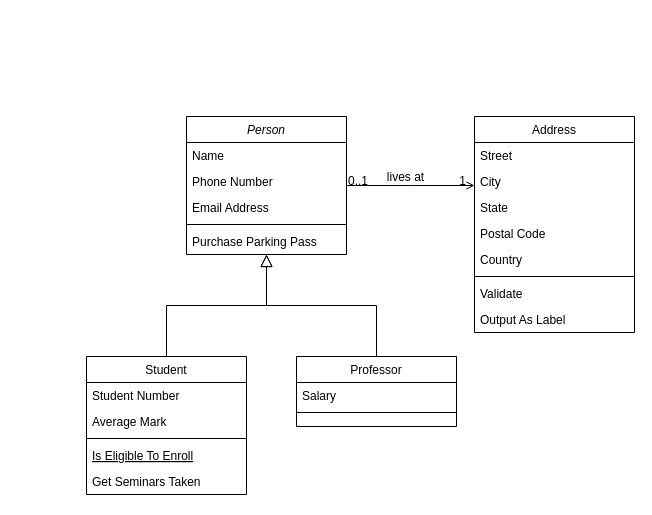
Earlier version of the draw.io diagram Design/Class_Diagram.drawio (astrrr/Right-posture). Source tidied: cells renumbered, new cells numbered last; positions are measured from the earlier drawing's top-left corner, leaving out a move shared by most shapes. Both pictures are drawn from the tidied source at 100%, with x=0, y=0 at pixel (86, 116).
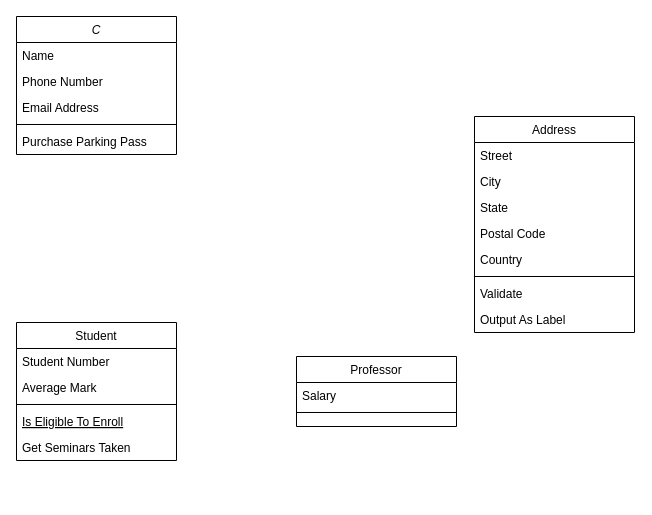
Above is the later version.

Unchanged cells that the change refers to:
```xml
<mxCell id="15" value="Professor" style="swimlane;fontStyle=0;align=center;verticalAlign=top;horizontal=1;startSize=26;rounded=0;shadow=0;strokeWidth=1;" parent="1" vertex="1">
  <mxGeometry x="210" y="240" width="160" height="70" as="geometry" />
</mxCell>
<mxCell id="19" value="Address" style="swimlane;fontStyle=0;align=center;verticalAlign=top;horizontal=1;startSize=26;rounded=0;shadow=0;strokeWidth=1;" parent="1" vertex="1">
  <mxGeometry x="388" width="160" height="216" as="geometry" />
</mxCell>
```

Diff of the diagram source:
```diff
@@
-    <mxCell id="2" value="Person" style="swimlane;fontStyle=2;align=center;verticalAlign=top;horizontal=1;startSize=26;rounded=0;shadow=0;strokeWidth=1;" parent="1" vertex="1">
-      <mxGeometry x="100" width="160" height="138" as="geometry" />
+    <mxCell id="2" value="C" style="swimlane;fontStyle=2;align=center;verticalAlign=top;horizontal=1;startSize=26;rounded=0;shadow=0;strokeWidth=1;" parent="1" vertex="1">
+      <mxGeometry x="-70" y="-100" width="160" height="138" as="geometry" />
     </mxCell>
@@
     <mxCell id="8" value="Student" style="swimlane;fontStyle=0;align=center;verticalAlign=top;horizontal=1;startSize=26;rounded=0;shadow=0;strokeWidth=1;" parent="1" vertex="1">
-      <mxGeometry y="240" width="160" height="138" as="geometry" />
+      <mxGeometry x="-70" y="206" width="160" height="138" as="geometry" />
     </mxCell>
@@
-    <mxCell id="14" style="endArrow=block;endSize=10;endFill=0;shadow=0;strokeWidth=1;rounded=0;edgeStyle=elbowEdgeStyle;elbow=vertical;" parent="1" edge="1" source="8" target="2">
-      <mxGeometry relative="1" as="geometry" />
-    </mxCell>
@@
-    <mxCell id="18" style="endArrow=block;endSize=10;endFill=0;shadow=0;strokeWidth=1;rounded=0;edgeStyle=elbowEdgeStyle;elbow=vertical;" parent="1" edge="1" source="15" target="2">
-      <mxGeometry relative="1" as="geometry" />
-    </mxCell>
@@
-    <mxCell id="28" style="endArrow=open;shadow=0;strokeWidth=1;rounded=0;endFill=1;edgeStyle=elbowEdgeStyle;elbow=vertical;" parent="1" edge="1" source="2" target="19">
-      <mxGeometry x="0.5" y="41" relative="1" as="geometry">
-        <mxPoint x="-40" y="32" as="offset" />
-      </mxGeometry>
-    </mxCell>
-    <mxCell id="29" value="0..1" style="align=left;verticalAlign=bottom;labelBackgroundColor=none;fontSize=12;" parent="28" vertex="1">
-      <mxGeometry x="-1" relative="1" as="geometry">
-        <mxPoint y="4" as="offset" />
-      </mxGeometry>
-    </mxCell>
-    <mxCell id="30" value="1" style="align=right;verticalAlign=bottom;labelBackgroundColor=none;fontSize=12;" parent="28" vertex="1">
-      <mxGeometry x="1" relative="1" as="geometry">
-        <mxPoint x="-7" y="4" as="offset" />
-      </mxGeometry>
-    </mxCell>
-    <mxCell id="31" value="lives at" style="text;html=1;align=center;verticalAlign=middle;labelBackgroundColor=none;rounded=0;shadow=0;strokeWidth=1;fontSize=12;" parent="28" vertex="1">
-      <mxGeometry x="0.5" y="49" relative="1" as="geometry">
-        <mxPoint x="-38" y="40" as="offset" />
-      </mxGeometry>
-    </mxCell>
```
